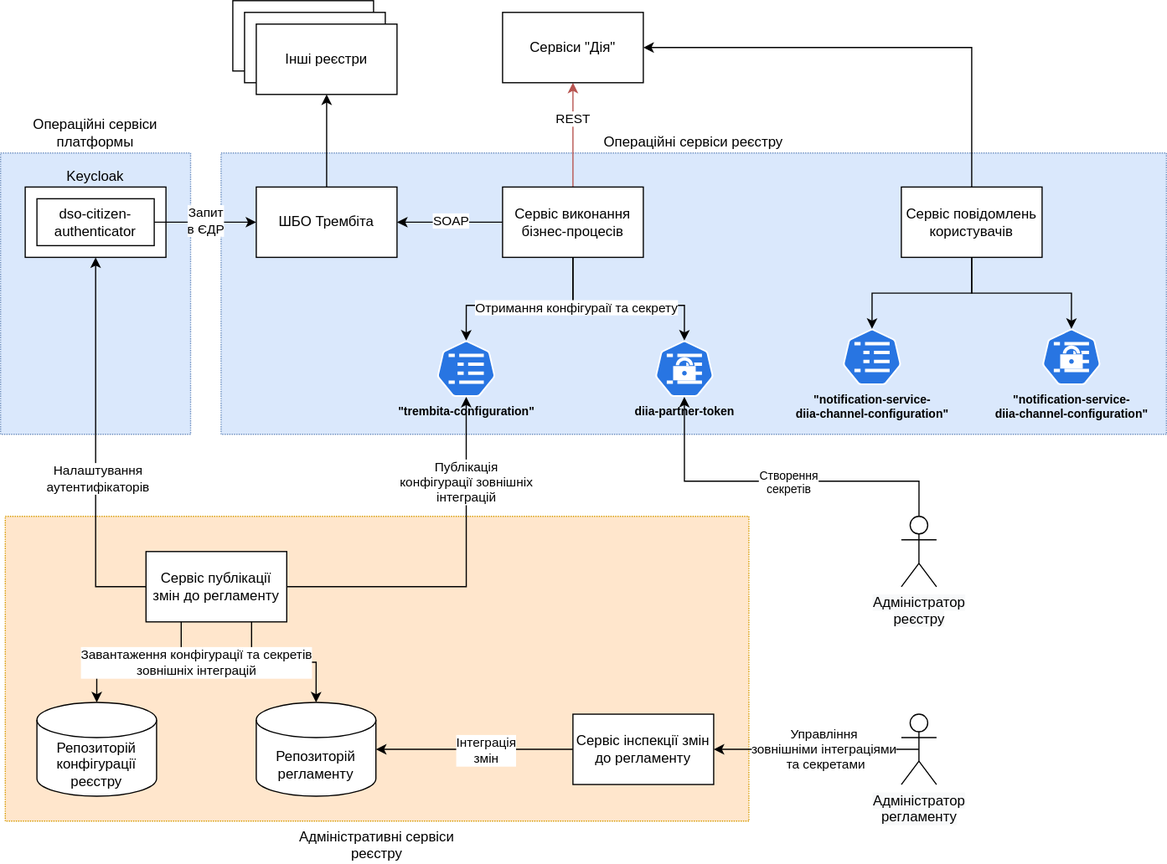
Above: modules/tech/images/lowcode/registry-ext-systems-secrets-baseline.svg in epam/edp-ddm-architecture (draw.io), before the change. Source tidied: cells renumbered, new cells last; positions are measured from the earlier drawing's top-left corner, leaving out a move shared by most shapes.
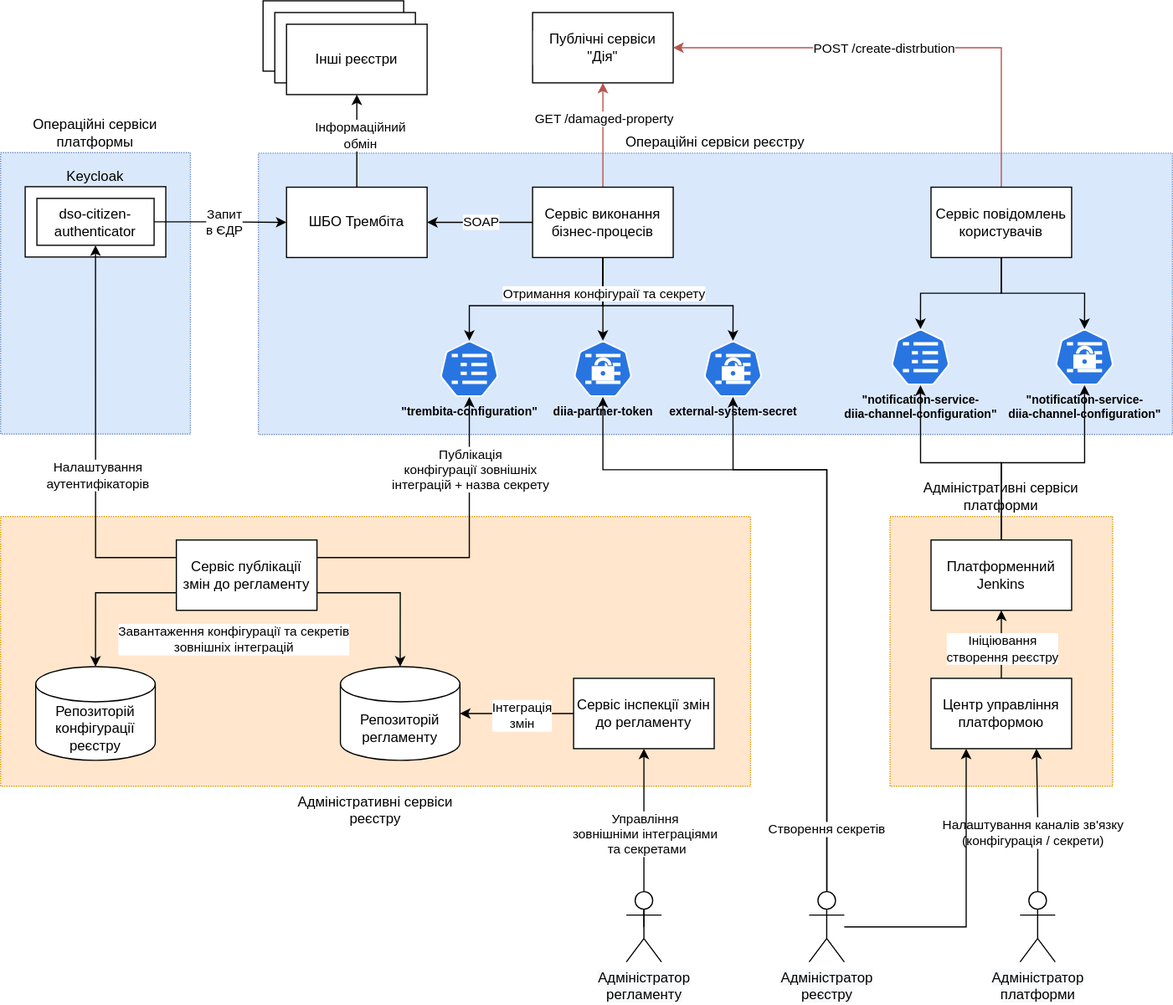
After the change.

Commit message:
[MDTUDDM-4726] Managing registry external systems configuration and secrets

Change to the diagram source:
```diff
@@ -5,3 +5,3 @@
     <mxCell id="2" value="Операційні сервіси реєстру" style="rounded=0;whiteSpace=wrap;html=1;dashed=1;labelPosition=center;verticalLabelPosition=top;align=center;verticalAlign=bottom;dashPattern=1 1;fillColor=#dae8fc;strokeColor=#6c8ebf;" parent="1" vertex="1">
-      <mxGeometry x="188" y="130" width="806" height="240" as="geometry" />
+      <mxGeometry x="194" y="130" width="780" height="240" as="geometry" />
     </mxCell>
@@ -11,3 +11,3 @@
           <mxPoint x="488" y="260" />
-          <mxPoint x="397" y="260" />
+          <mxPoint x="374" y="260" />
         </Array>
@@ -26,3 +26,3 @@
     </mxCell>
-    <mxCell id="7" value="REST" style="edgeLabel;html=1;align=center;verticalAlign=middle;" parent="6" vertex="1">
+    <mxCell id="7" value="GET /damaged-property" style="edgeLabel;html=1;align=center;verticalAlign=middle;" parent="6" vertex="1">
       <mxGeometry x="-0.04" y="-2" relative="1" as="geometry">
@@ -34,4 +34,4 @@
         <Array as="points">
-          <mxPoint x="488" y="260" />
-          <mxPoint x="583" y="260" />
+          <mxPoint x="488" y="280" />
+          <mxPoint x="488" y="280" />
         </Array>
@@ -39,7 +39,10 @@
     </mxCell>
-    <mxCell id="9" value="Отримання конфігураії та секрету" style="edgeLabel;html=1;align=center;verticalAlign=middle;" parent="8" vertex="1">
-      <mxGeometry x="-0.47" y="-1" relative="1" as="geometry">
-        <mxPoint y="1" as="offset" />
-      </mxGeometry>
-    </mxCell>
+    <mxCell id="51" style="edgeStyle=orthogonalEdgeStyle;rounded=0;jettySize=auto;html=1;entryX=0.5;entryY=0;entryDx=0;entryDy=0;entryPerimeter=0;exitX=0.5;exitY=1;exitDx=0;exitDy=0;" parent="1" edge="1" source="10" target="66">
+      <mxGeometry relative="1" as="geometry">
+        <Array as="points">
+          <mxPoint x="488" y="260" />
+          <mxPoint x="599" y="260" />
+        </Array>
+      </mxGeometry>
+    </mxCell>
     <mxCell id="10" value="Сервіс виконання бізнес-процесів" style="rounded=0;whiteSpace=wrap;html=1;" parent="1" vertex="1">
@@ -48,8 +51,8 @@
     <mxCell id="11" value="&lt;span style=&quot;text-align: left;&quot;&gt;Адміністративні сервіси &lt;br&gt;реєстру&lt;/span&gt;" style="rounded=0;whiteSpace=wrap;html=1;dashed=1;labelPosition=center;verticalLabelPosition=bottom;align=center;verticalAlign=top;dashPattern=1 1;fillColor=#ffe6cc;strokeColor=#d79b00;" parent="1" vertex="1">
-      <mxGeometry x="4" y="440" width="634" height="260" as="geometry" />
+      <mxGeometry x="-26" y="440" width="640" height="230" as="geometry" />
     </mxCell>
-    <mxCell id="12" style="edgeStyle=orthogonalEdgeStyle;rounded=0;jettySize=auto;html=1;entryX=0.5;entryY=0;entryDx=0;entryDy=0;entryPerimeter=0;exitX=0.75;exitY=1;exitDx=0;exitDy=0;" parent="1" edge="1" source="17" target="18">
+    <mxCell id="12" style="edgeStyle=orthogonalEdgeStyle;rounded=0;jettySize=auto;html=1;entryX=0.5;entryY=0;entryDx=0;entryDy=0;entryPerimeter=0;exitX=1;exitY=0.75;exitDx=0;exitDy=0;" parent="1" edge="1" source="17" target="18">
       <mxGeometry relative="1" as="geometry" />
     </mxCell>
-    <mxCell id="13" style="edgeStyle=orthogonalEdgeStyle;rounded=0;jettySize=auto;html=1;entryX=0.5;entryY=0;entryDx=0;entryDy=0;entryPerimeter=0;exitX=0.25;exitY=1;exitDx=0;exitDy=0;" parent="1" edge="1" source="17" target="42">
+    <mxCell id="13" style="edgeStyle=orthogonalEdgeStyle;rounded=0;jettySize=auto;html=1;entryX=0.5;entryY=0;entryDx=0;entryDy=0;entryPerimeter=0;exitX=0;exitY=0.75;exitDx=0;exitDy=0;" parent="1" edge="1" source="17" target="42">
       <mxGeometry relative="1" as="geometry" />
@@ -58,9 +61,9 @@
       <mxGeometry x="-0.46" relative="1" as="geometry">
-        <mxPoint x="16" as="offset" />
+        <mxPoint x="84" y="39" as="offset" />
       </mxGeometry>
     </mxCell>
-    <mxCell id="15" style="edgeStyle=orthogonalEdgeStyle;rounded=0;jettySize=auto;html=1;exitX=1;exitY=0.5;exitDx=0;exitDy=0;entryX=0.5;entryY=1;entryDx=0;entryDy=0;entryPerimeter=0;" parent="1" edge="1" source="17" target="25">
+    <mxCell id="15" style="edgeStyle=orthogonalEdgeStyle;rounded=0;jettySize=auto;html=1;exitX=1;exitY=0.25;exitDx=0;exitDy=0;entryX=0.5;entryY=1;entryDx=0;entryDy=0;entryPerimeter=0;" parent="1" edge="1" source="17" target="25">
       <mxGeometry relative="1" as="geometry" />
     </mxCell>
-    <mxCell id="16" value="Публікація&lt;br&gt;конфігурації зовнішніх&lt;br&gt;інтеграцій" style="edgeLabel;html=1;align=center;verticalAlign=middle;" parent="15" vertex="1">
+    <mxCell id="16" value="Публікація&lt;br&gt;конфігурації зовнішніх&lt;br&gt;інтеграцій + назва секрету" style="edgeLabel;html=1;align=center;verticalAlign=middle;" parent="15" vertex="1">
       <mxGeometry x="0.54" relative="1" as="geometry" />
@@ -68,8 +71,8 @@
     <mxCell id="17" value="Сервіс публікації змін до регламенту" style="rounded=0;whiteSpace=wrap;html=1;" parent="1" vertex="1">
-      <mxGeometry x="124" y="470" width="120" height="60" as="geometry" />
+      <mxGeometry x="124" y="460" width="120" height="60" as="geometry" />
     </mxCell>
     <mxCell id="18" value="Репозиторій регламенту" style="shape=cylinder3;whiteSpace=wrap;html=1;boundedLbl=1;backgroundOutline=1;size=15;" parent="1" vertex="1">
-      <mxGeometry x="218" y="598.8" width="102" height="80" as="geometry" />
+      <mxGeometry x="264" y="568" width="102" height="80" as="geometry" />
     </mxCell>
-    <mxCell id="19" style="edgeStyle=orthogonalEdgeStyle;rounded=0;jettySize=auto;html=1;exitX=0.5;exitY=0.5;exitDx=0;exitDy=0;exitPerimeter=0;entryX=1;entryY=0.5;entryDx=0;entryDy=0;" parent="1" edge="1" source="24" target="23">
+    <mxCell id="19" style="edgeStyle=orthogonalEdgeStyle;rounded=0;jettySize=auto;html=1;exitX=0.5;exitY=0.5;exitDx=0;exitDy=0;exitPerimeter=0;" parent="1" edge="1" source="24" target="23">
       <mxGeometry relative="1" as="geometry" />
@@ -78,3 +81,3 @@
       <mxGeometry x="0.27" y="-2" relative="1" as="geometry">
-        <mxPoint x="30" y="2" as="offset" />
+        <mxPoint x="-2" y="17" as="offset" />
       </mxGeometry>
@@ -90,9 +93,9 @@
     <mxCell id="23" value="Сервіс інспекції змін до регламенту" style="rounded=0;whiteSpace=wrap;html=1;" parent="1" vertex="1">
-      <mxGeometry x="488" y="608.8" width="120" height="60" as="geometry" />
+      <mxGeometry x="463" y="578" width="120" height="60" as="geometry" />
     </mxCell>
     <mxCell id="24" value="&lt;span style=&quot;background-color: rgb(248, 249, 250);&quot;&gt;Адміністратор&lt;/span&gt;&lt;br style=&quot;background-color: rgb(248, 249, 250);&quot;&gt;&lt;span style=&quot;background-color: rgb(248, 249, 250);&quot;&gt;регламенту&lt;/span&gt;" style="shape=umlActor;verticalLabelPosition=bottom;verticalAlign=top;html=1;outlineConnect=0;labelBackgroundColor=default;fontColor=default;" parent="1" vertex="1">
-      <mxGeometry x="768" y="608.8" width="30" height="60" as="geometry" />
+      <mxGeometry x="508" y="760" width="30" height="60" as="geometry" />
     </mxCell>
     <mxCell id="25" value="&lt;b style=&quot;font-size: 10px;&quot;&gt;&quot;trembita-configuration&quot;&lt;/b&gt;&lt;b style=&quot;font-size: 10px;&quot;&gt;&lt;br&gt;&lt;/b&gt;" style="sketch=0;html=1;dashed=0;whitespace=wrap;fillColor=#2875E2;strokeColor=#ffffff;points=[[0.005,0.63,0],[0.1,0.2,0],[0.9,0.2,0],[0.5,0,0],[0.995,0.63,0],[0.72,0.99,0],[0.5,1,0],[0.28,0.99,0]];shape=mxgraph.kubernetes.icon;prIcon=cm;dashPattern=1 1;labelPosition=center;verticalLabelPosition=bottom;align=center;verticalAlign=top;fontSize=10;" parent="1" vertex="1">
-      <mxGeometry x="372" y="290" width="50" height="48" as="geometry" />
+      <mxGeometry x="349" y="290" width="50" height="48" as="geometry" />
     </mxCell>
@@ -101,2 +104,7 @@
     </mxCell>
+    <mxCell id="52" value="Інформаційний &lt;br&gt;обмін" style="edgeLabel;html=1;align=center;verticalAlign=middle;" parent="26" vertex="1">
+      <mxGeometry x="0.02" y="-2" relative="1" as="geometry">
+        <mxPoint y="-5" as="offset" />
+      </mxGeometry>
+    </mxCell>
     <mxCell id="27" value="ШБО Трембіта" style="rounded=0;whiteSpace=wrap;html=1;" parent="1" vertex="1">
@@ -116,3 +124,3 @@
     </mxCell>
-    <mxCell id="32" value="Сервіси &quot;Дія&quot;" style="rounded=0;whiteSpace=wrap;html=1;labelBackgroundColor=default;" parent="1" vertex="1">
+    <mxCell id="32" value="Публічні сервіси &quot;Дія&quot;" style="rounded=0;whiteSpace=wrap;html=1;labelBackgroundColor=default;" parent="1" vertex="1">
       <mxGeometry x="428" y="10" width="120" height="60" as="geometry" />
@@ -120,25 +128,9 @@
     <mxCell id="33" value="&lt;b style=&quot;font-size: 10px;&quot;&gt;diia-partner-token&lt;/b&gt;" style="sketch=0;html=1;dashed=0;whitespace=wrap;fillColor=#2875E2;strokeColor=#ffffff;points=[[0.005,0.63,0],[0.1,0.2,0],[0.9,0.2,0],[0.5,0,0],[0.995,0.63,0],[0.72,0.99,0],[0.5,1,0],[0.28,0.99,0]];shape=mxgraph.kubernetes.icon;prIcon=secret;labelPosition=center;verticalLabelPosition=bottom;align=center;verticalAlign=top;fontSize=10;" parent="1" vertex="1">
-      <mxGeometry x="558" y="290" width="50" height="48" as="geometry" />
+      <mxGeometry x="463" y="290" width="50" height="48" as="geometry" />
     </mxCell>
-    <mxCell id="34" style="edgeStyle=orthogonalEdgeStyle;rounded=0;jettySize=auto;html=1;entryX=0.5;entryY=1;entryDx=0;entryDy=0;entryPerimeter=0;fontSize=10;" parent="1" edge="1" source="36" target="33">
-      <mxGeometry relative="1" as="geometry">
-        <Array as="points">
-          <mxPoint x="783" y="410" />
-          <mxPoint x="583" y="410" />
-        </Array>
-      </mxGeometry>
-    </mxCell>
-    <mxCell id="35" value="Створення &lt;br&gt;секретів" style="edgeLabel;html=1;align=center;verticalAlign=middle;fontSize=10;" parent="34" vertex="1">
-      <mxGeometry x="-0.02" y="2" relative="1" as="geometry">
-        <mxPoint x="7" y="-1" as="offset" />
-      </mxGeometry>
-    </mxCell>
-    <mxCell id="36" value="&lt;span style=&quot;background-color: rgb(248, 249, 250);&quot;&gt;Адміністратор&lt;/span&gt;&lt;br style=&quot;background-color: rgb(248, 249, 250);&quot;&gt;&lt;span style=&quot;background-color: rgb(248, 249, 250);&quot;&gt;реєстру&lt;/span&gt;" style="shape=umlActor;verticalLabelPosition=bottom;verticalAlign=top;html=1;outlineConnect=0;labelBackgroundColor=default;fontColor=default;" parent="1" vertex="1">
-      <mxGeometry x="768" y="440" width="30" height="60" as="geometry" />
-    </mxCell>
     <mxCell id="37" value="Операційні сервіси платформы" style="rounded=0;whiteSpace=wrap;html=1;dashed=1;labelPosition=center;verticalLabelPosition=top;align=center;verticalAlign=bottom;dashPattern=1 1;fillColor=#dae8fc;strokeColor=#6c8ebf;" parent="1" vertex="1">
-      <mxGeometry y="130" width="162" height="240" as="geometry" />
+      <mxGeometry x="-26" y="129.6" width="162" height="240" as="geometry" />
     </mxCell>
     <mxCell id="38" value="Keycloak" style="rounded=0;whiteSpace=wrap;html=1;labelPosition=center;verticalLabelPosition=top;align=center;verticalAlign=bottom;" parent="1" vertex="1">
-      <mxGeometry x="21" y="159" width="120" height="60" as="geometry" />
+      <mxGeometry x="-5" y="158.6" width="120" height="60" as="geometry" />
     </mxCell>
@@ -149,3 +141,3 @@
       <mxGeometry x="0.01" y="2" relative="1" as="geometry">
-        <mxPoint y="1" as="offset" />
+        <mxPoint x="3" y="1" as="offset" />
       </mxGeometry>
@@ -153,11 +145,11 @@
     <mxCell id="41" value="dso-citizen-authenticator" style="rounded=0;whiteSpace=wrap;html=1;" parent="1" vertex="1">
-      <mxGeometry x="31" y="169" width="100" height="40" as="geometry" />
+      <mxGeometry x="5" y="168.6" width="100" height="40" as="geometry" />
     </mxCell>
     <mxCell id="42" value="Репозиторій конфігурації реєстру" style="shape=cylinder3;whiteSpace=wrap;html=1;boundedLbl=1;backgroundOutline=1;size=15;" parent="1" vertex="1">
-      <mxGeometry x="31" y="598.8" width="102" height="80" as="geometry" />
+      <mxGeometry x="4" y="568" width="102" height="80" as="geometry" />
     </mxCell>
-    <mxCell id="43" style="edgeStyle=orthogonalEdgeStyle;rounded=0;jettySize=auto;html=1;exitX=0;exitY=0.5;exitDx=0;exitDy=0;" parent="1" edge="1" source="17" target="38">
+    <mxCell id="43" style="edgeStyle=orthogonalEdgeStyle;rounded=0;jettySize=auto;html=1;exitX=0;exitY=0.25;exitDx=0;exitDy=0;entryX=0.5;entryY=1;entryDx=0;entryDy=0;" parent="1" edge="1" source="17" target="41">
       <mxGeometry relative="1" as="geometry">
         <Array as="points">
-          <mxPoint x="81" y="500" />
+          <mxPoint x="55" y="475" />
         </Array>
@@ -169,10 +161,15 @@
     <mxCell id="45" value="&lt;b&gt;&quot;notification-service-&lt;br&gt;diia-channel-configuration&quot;&lt;/b&gt;&lt;b style=&quot;font-size: 10px;&quot;&gt;&lt;br&gt;&lt;/b&gt;" style="sketch=0;html=1;dashed=0;whitespace=wrap;fillColor=#2875E2;strokeColor=#ffffff;points=[[0.005,0.63,0],[0.1,0.2,0],[0.9,0.2,0],[0.5,0,0],[0.995,0.63,0],[0.72,0.99,0],[0.5,1,0],[0.28,0.99,0]];shape=mxgraph.kubernetes.icon;prIcon=cm;dashPattern=1 1;labelPosition=center;verticalLabelPosition=bottom;align=center;verticalAlign=top;fontSize=10;" parent="1" vertex="1">
-      <mxGeometry x="718" y="280" width="50" height="48" as="geometry" />
+      <mxGeometry x="734" y="280" width="50" height="48" as="geometry" />
     </mxCell>
     <mxCell id="46" value="&lt;b&gt;&quot;notification-service-&lt;br&gt;diia-channel-configuration&quot;&lt;/b&gt;&lt;b style=&quot;font-size: 10px;&quot;&gt;&lt;br&gt;&lt;/b&gt;" style="sketch=0;html=1;dashed=0;whitespace=wrap;fillColor=#2875E2;strokeColor=#ffffff;points=[[0.005,0.63,0],[0.1,0.2,0],[0.9,0.2,0],[0.5,0,0],[0.995,0.63,0],[0.72,0.99,0],[0.5,1,0],[0.28,0.99,0]];shape=mxgraph.kubernetes.icon;prIcon=secret;labelPosition=center;verticalLabelPosition=bottom;align=center;verticalAlign=top;fontSize=10;" parent="1" vertex="1">
-      <mxGeometry x="888" y="280" width="50" height="48" as="geometry" />
+      <mxGeometry x="874" y="280" width="50" height="48" as="geometry" />
     </mxCell>
-    <mxCell id="47" style="edgeStyle=orthogonalEdgeStyle;rounded=0;jettySize=auto;html=1;entryX=1;entryY=0.5;entryDx=0;entryDy=0;exitX=0.5;exitY=0;exitDx=0;exitDy=0;" parent="1" edge="1" source="50" target="32">
+    <mxCell id="47" style="edgeStyle=orthogonalEdgeStyle;rounded=0;jettySize=auto;html=1;entryX=1;entryY=0.5;entryDx=0;entryDy=0;exitX=0.5;exitY=0;exitDx=0;exitDy=0;fillColor=#f8cecc;strokeColor=#b85450;" parent="1" edge="1" source="50" target="32">
       <mxGeometry relative="1" as="geometry" />
     </mxCell>
+    <mxCell id="53" value="POST /create-distrbution" style="edgeLabel;html=1;align=center;verticalAlign=middle;" parent="47" vertex="1">
+      <mxGeometry x="0.09" relative="1" as="geometry">
+        <mxPoint x="-1" as="offset" />
+      </mxGeometry>
+    </mxCell>
     <mxCell id="48" style="edgeStyle=orthogonalEdgeStyle;rounded=0;jettySize=auto;html=1;entryX=0.5;entryY=0;entryDx=0;entryDy=0;entryPerimeter=0;" parent="1" edge="1" source="50" target="45">
@@ -186,2 +183,67 @@
     </mxCell>
+    <mxCell id="54" value="&lt;span style=&quot;text-align: left;&quot;&gt;Адміністративні сервіси платформи&lt;/span&gt;" style="rounded=0;whiteSpace=wrap;html=1;dashed=1;labelPosition=center;verticalLabelPosition=top;align=center;verticalAlign=bottom;dashPattern=1 1;fillColor=#ffe6cc;strokeColor=#d79b00;" parent="1" vertex="1">
+      <mxGeometry x="733" y="440" width="190" height="230" as="geometry" />
+    </mxCell>
+    <mxCell id="55" style="edgeStyle=orthogonalEdgeStyle;rounded=0;jettySize=auto;html=1;" parent="1" edge="1" source="57" target="60">
+      <mxGeometry relative="1" as="geometry" />
+    </mxCell>
+    <mxCell id="56" value="Ініціювання &lt;br&gt;створення реєстру" style="edgeLabel;html=1;align=center;verticalAlign=middle;labelBackgroundColor=default;" parent="55" vertex="1">
+      <mxGeometry x="-0.17" relative="1" as="geometry">
+        <mxPoint y="-1" as="offset" />
+      </mxGeometry>
+    </mxCell>
+    <mxCell id="57" value="Центр управління платформою" style="rounded=0;whiteSpace=wrap;html=1;" parent="1" vertex="1">
+      <mxGeometry x="768" y="578" width="120" height="60" as="geometry" />
+    </mxCell>
+    <mxCell id="58" style="edgeStyle=orthogonalEdgeStyle;rounded=0;jettySize=auto;html=1;entryX=0.5;entryY=1;entryDx=0;entryDy=0;entryPerimeter=0;" parent="1" edge="1" source="60" target="46">
+      <mxGeometry relative="1" as="geometry" />
+    </mxCell>
+    <mxCell id="59" style="edgeStyle=orthogonalEdgeStyle;rounded=0;jettySize=auto;html=1;entryX=0.5;entryY=1;entryDx=0;entryDy=0;entryPerimeter=0;" parent="1" edge="1" source="60" target="45">
+      <mxGeometry relative="1" as="geometry" />
+    </mxCell>
+    <mxCell id="60" value="Платформенний Jenkins" style="rounded=0;whiteSpace=wrap;html=1;" parent="1" vertex="1">
+      <mxGeometry x="768" y="460" width="120" height="60" as="geometry" />
+    </mxCell>
+    <mxCell id="61" style="edgeStyle=orthogonalEdgeStyle;rounded=0;jettySize=auto;html=1;entryX=0.75;entryY=1;entryDx=0;entryDy=0;" parent="1" edge="1" source="63" target="57">
+      <mxGeometry relative="1" as="geometry" />
+    </mxCell>
+    <mxCell id="62" value="Налаштування каналів зв'язку&lt;br&gt;(конфігурація / секрети)" style="edgeLabel;html=1;align=center;verticalAlign=middle;" parent="61" vertex="1">
+      <mxGeometry x="-0.33" y="-1" relative="1" as="geometry">
+        <mxPoint x="-6" y="-9" as="offset" />
+      </mxGeometry>
+    </mxCell>
+    <mxCell id="63" value="&lt;span style=&quot;background-color: rgb(248, 249, 250);&quot;&gt;Адміністратор&lt;/span&gt;&lt;br style=&quot;background-color: rgb(248, 249, 250);&quot;&gt;&lt;span style=&quot;background-color: rgb(248, 249, 250);&quot;&gt;платформи&lt;/span&gt;" style="shape=umlActor;verticalLabelPosition=bottom;verticalAlign=top;html=1;outlineConnect=0;labelBackgroundColor=default;fontColor=default;" parent="1" vertex="1">
+      <mxGeometry x="844" y="760" width="30" height="60" as="geometry" />
+    </mxCell>
+    <mxCell id="64" style="edgeStyle=orthogonalEdgeStyle;rounded=0;jettySize=auto;html=1;entryX=0.5;entryY=1;entryDx=0;entryDy=0;entryPerimeter=0;" parent="1" edge="1" source="36" target="66">
+      <mxGeometry relative="1" as="geometry">
+        <Array as="points">
+          <mxPoint x="679" y="400" />
+          <mxPoint x="599" y="400" />
+        </Array>
+      </mxGeometry>
+    </mxCell>
+    <mxCell id="65" style="edgeStyle=orthogonalEdgeStyle;rounded=0;jettySize=auto;html=1;entryX=0.25;entryY=1;entryDx=0;entryDy=0;" parent="1" edge="1" source="36" target="57">
+      <mxGeometry relative="1" as="geometry" />
+    </mxCell>
+    <mxCell id="34" style="edgeStyle=orthogonalEdgeStyle;rounded=0;jettySize=auto;html=1;entryX=0.5;entryY=1;entryDx=0;entryDy=0;entryPerimeter=0;" parent="1" edge="1" source="36" target="33">
+      <mxGeometry relative="1" as="geometry">
+        <Array as="points">
+          <mxPoint x="679" y="400" />
+          <mxPoint x="488" y="400" />
+        </Array>
+      </mxGeometry>
+    </mxCell>
+    <mxCell id="35" value="Створення секретів" style="edgeLabel;html=1;align=center;verticalAlign=middle;" parent="34" vertex="1">
+      <mxGeometry x="-0.82" y="1" relative="1" as="geometry" />
+    </mxCell>
+    <mxCell id="36" value="&lt;span style=&quot;background-color: rgb(248, 249, 250);&quot;&gt;Адміністратор&lt;/span&gt;&lt;br style=&quot;background-color: rgb(248, 249, 250);&quot;&gt;&lt;span style=&quot;background-color: rgb(248, 249, 250);&quot;&gt;реєстру&lt;/span&gt;" style="shape=umlActor;verticalLabelPosition=bottom;verticalAlign=top;html=1;outlineConnect=0;labelBackgroundColor=default;fontColor=default;" parent="1" vertex="1">
+      <mxGeometry x="664" y="760" width="30" height="60" as="geometry" />
+    </mxCell>
+    <mxCell id="66" value="&lt;b style=&quot;font-size: 10px;&quot;&gt;external-system-secret&lt;/b&gt;" style="sketch=0;html=1;dashed=0;whitespace=wrap;fillColor=#2875E2;strokeColor=#ffffff;points=[[0.005,0.63,0],[0.1,0.2,0],[0.9,0.2,0],[0.5,0,0],[0.995,0.63,0],[0.72,0.99,0],[0.5,1,0],[0.28,0.99,0]];shape=mxgraph.kubernetes.icon;prIcon=secret;labelPosition=center;verticalLabelPosition=bottom;align=center;verticalAlign=top;fontSize=10;" parent="1" vertex="1">
+      <mxGeometry x="574" y="290" width="50" height="48" as="geometry" />
+    </mxCell>
+    <mxCell id="9" value="Отримання конфігураії та секрету" style="edgeLabel;html=1;align=center;verticalAlign=middle;" parent="1" vertex="1">
+      <mxGeometry x="488" y="249.6" as="geometry" />
+    </mxCell>
   </root>
```
